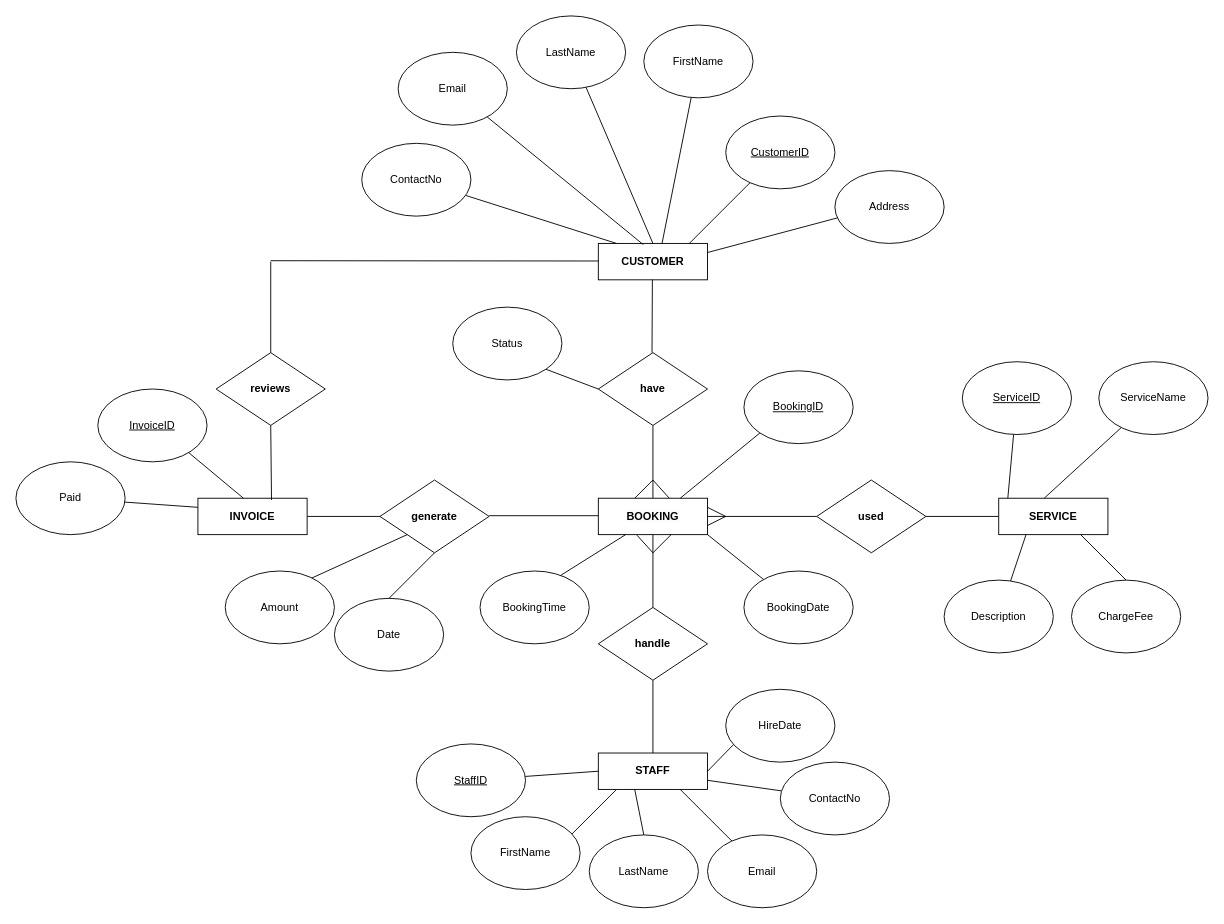
Earlier version of the draw.io diagram Untitled Diagram.drawio (hanXCuser/Web). Source tidied: cells renumbered, new cells numbered last; positions are measured from the earlier drawing's top-left corner, leaving out a move shared by most shapes. Both pictures are drawn from the tidied source at 91%, with x=0, y=0 at pixel (15, 15).
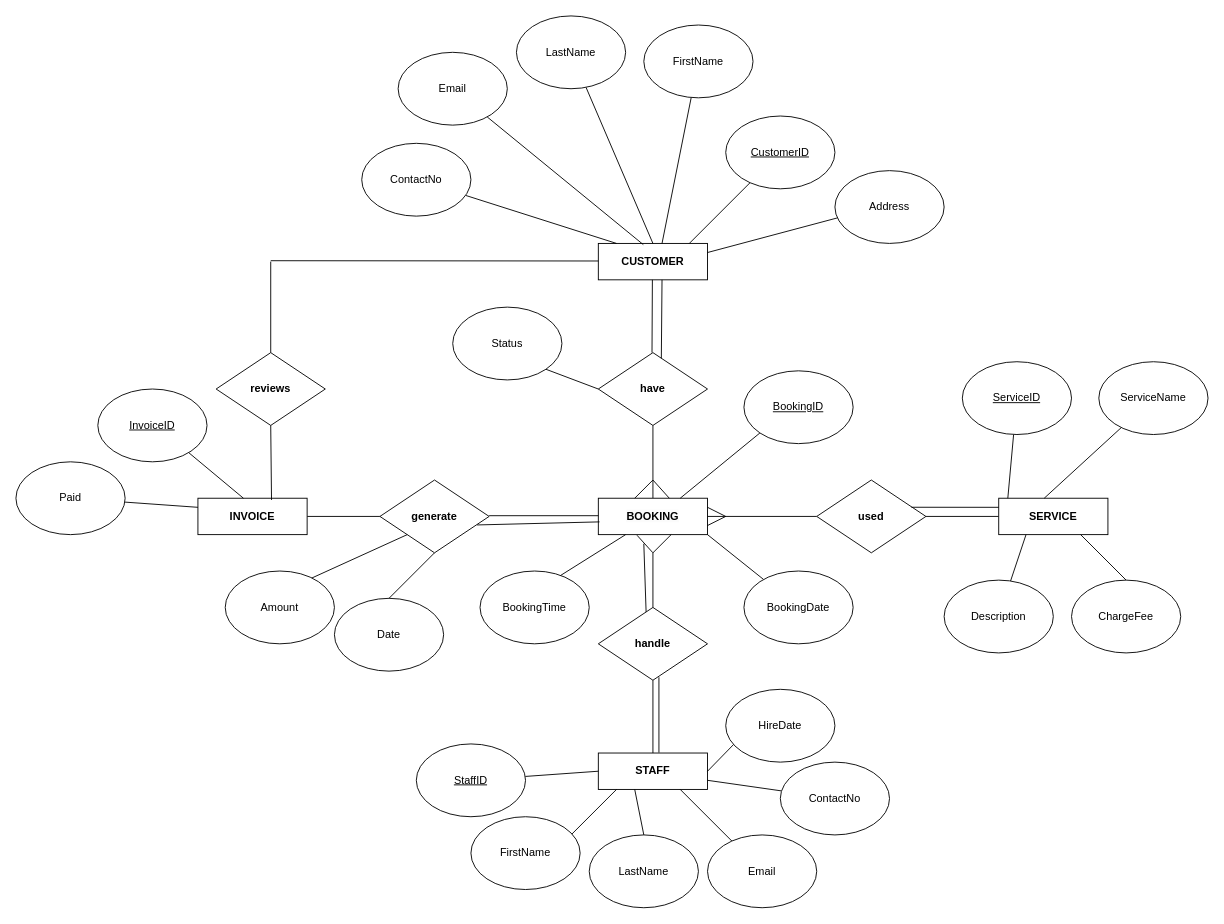
The same page after the edit.

The change refers to these unchanged cells:
```xml
<mxCell id="4" value="&lt;b&gt;have&lt;/b&gt;" style="rhombus;whiteSpace=wrap;html=1;" parent="1" vertex="1">
  <mxGeometry x="640" y="370" width="120" height="80" as="geometry" />
</mxCell>
<mxCell id="8" value="&lt;b&gt;STAFF&lt;/b&gt;" style="rounded=0;whiteSpace=wrap;html=1;" parent="1" vertex="1">
  <mxGeometry x="640" y="810" width="120" height="40" as="geometry" />
</mxCell>
<mxCell id="9" value="&lt;b&gt;handle&lt;/b&gt;" style="rhombus;whiteSpace=wrap;html=1;" parent="1" vertex="1">
  <mxGeometry x="640" y="650" width="120" height="80" as="geometry" />
</mxCell>
<mxCell id="12" value="&lt;b&gt;used&lt;/b&gt;" style="rhombus;whiteSpace=wrap;html=1;" parent="1" vertex="1">
  <mxGeometry x="880" y="510" width="120" height="80" as="geometry" />
</mxCell>
<mxCell id="14" value="&lt;b&gt;generate&lt;/b&gt;" style="rhombus;whiteSpace=wrap;html=1;" parent="1" vertex="1">
  <mxGeometry x="400" y="510" width="120" height="80" as="geometry" />
</mxCell>
<mxCell id="19" value="&lt;b&gt;SERVICE&lt;/b&gt;" style="rounded=0;whiteSpace=wrap;html=1;" parent="1" vertex="1">
  <mxGeometry x="1080" y="530" width="120" height="40" as="geometry" />
</mxCell>
```

What changed in the source:
```diff
@@
-    <mxCell id="7" style="endArrow=none;html=1;rounded=0;" parent="1" edge="1">
+    <mxCell id="7" style="endArrow=none;html=1;rounded=0;exitX=0.438;exitY=0.078;exitDx=0;exitDy=0;exitPerimeter=0;" parent="1" edge="1" source="9">
       <mxGeometry relative="1" as="geometry">
-        <mxPoint x="700" y="650" as="sourcePoint" />
-        <mxPoint x="700" y="570" as="targetPoint" />
+        <mxPoint x="690" y="580" as="targetPoint" />
       </mxGeometry>
     </mxCell>
@@
+    <mxCell id="77" style="endArrow=none;html=1;rounded=0;exitX=0.577;exitY=0.078;exitDx=0;exitDy=0;exitPerimeter=0;" parent="1" edge="1" source="4">
+      <mxGeometry relative="1" as="geometry">
+        <mxPoint x="710" y="290" as="targetPoint" />
+      </mxGeometry>
+    </mxCell>
+    <mxCell id="78" style="endArrow=none;html=1;rounded=0;exitX=0.867;exitY=0.374;exitDx=0;exitDy=0;exitPerimeter=0;entryX=0;entryY=0.25;entryDx=0;entryDy=0;" parent="1" edge="1" source="12" target="19">
+      <mxGeometry relative="1" as="geometry" />
+    </mxCell>
+    <mxCell id="79" style="endArrow=none;html=1;rounded=0;entryX=0.555;entryY=0.959;entryDx=0;entryDy=0;entryPerimeter=0;exitX=0.555;exitY=-0.012;exitDx=0;exitDy=0;exitPerimeter=0;" parent="1" edge="1" source="8" target="9">
+      <mxGeometry relative="1" as="geometry" />
+    </mxCell>
+    <mxCell id="80" style="endArrow=none;html=1;rounded=0;exitX=0.078;exitY=0.575;exitDx=0;exitDy=0;exitPerimeter=0;entryX=0.89;entryY=0.617;entryDx=0;entryDy=0;entryPerimeter=0;" parent="1" edge="1" target="14">
+      <mxGeometry relative="1" as="geometry">
+        <mxPoint x="641.3" y="556" as="sourcePoint" />
+      </mxGeometry>
+    </mxCell>
+    <mxCell id="81" style="endArrow=none;html=1;rounded=0;exitX=0.5;exitY=0;exitDx=0;exitDy=0;" parent="1" edge="1" source="9">
+      <mxGeometry relative="1" as="geometry">
+        <mxPoint x="700" y="590" as="targetPoint" />
+      </mxGeometry>
+    </mxCell>
```
